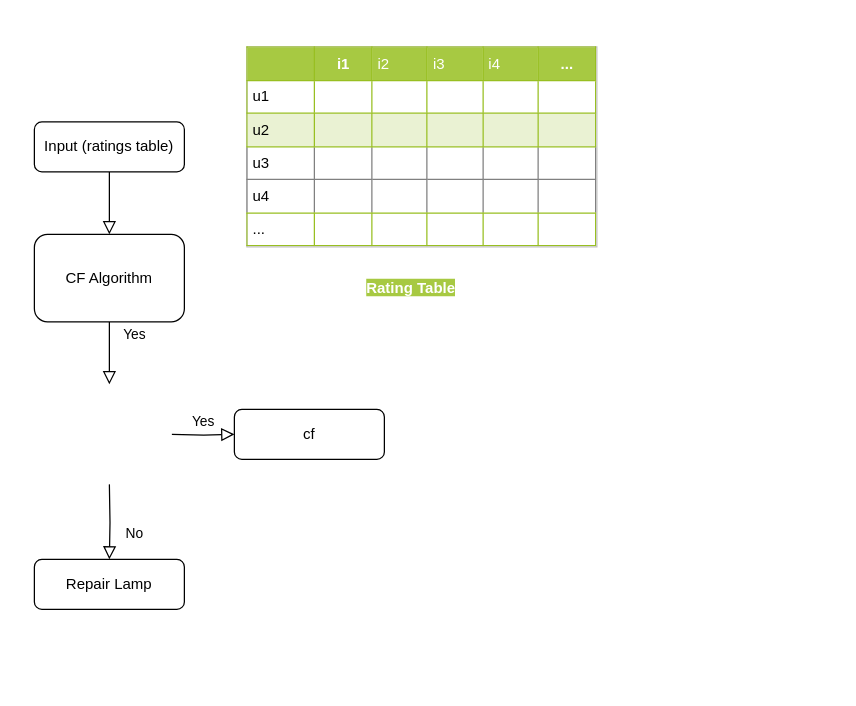
iamlivehaha/Artificial-Life keeps this draw.io diagram as Item-based CF algorithm.drawio. Above is the earlier version. Source tidied: cells renumbered, new cells numbered last; positions are measured from the earlier drawing's top-left corner, leaving out a move shared by most shapes. Both pictures are drawn from the tidied source at 125%, with x=0, y=0 at pixel (34, 46).
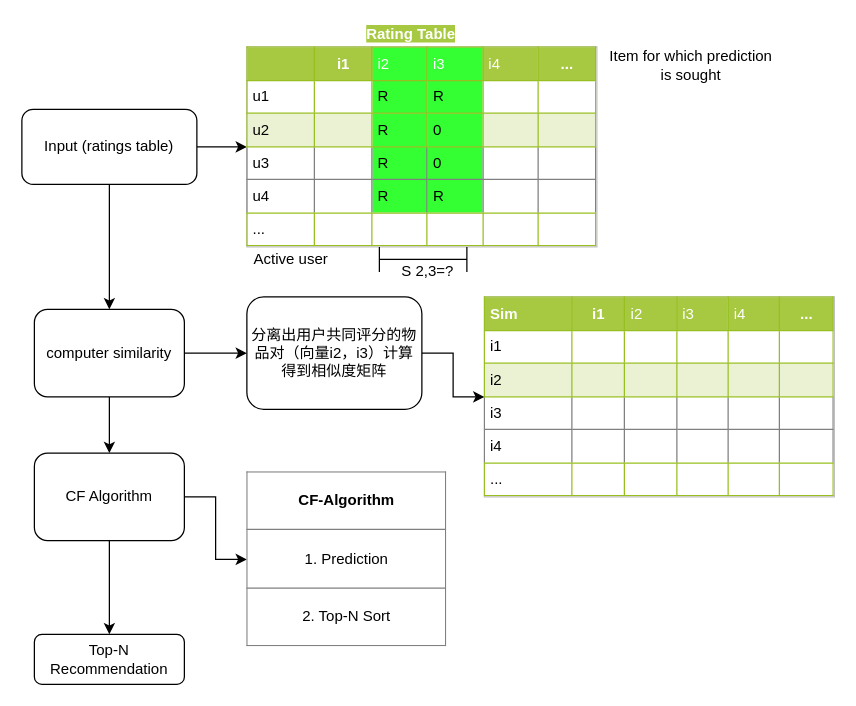
After the change.

The edit, as a diff of the source:
```diff
@@
-    <mxCell id="2" style="rounded=0;html=1;jettySize=auto;fontSize=11;endArrow=block;endFill=0;endSize=8;strokeWidth=1;shadow=0;labelBackgroundColor=none;edgeStyle=orthogonalEdgeStyle;" parent="1" edge="1" source="3">
-      <mxGeometry relative="1" as="geometry">
-        <mxPoint x="60" y="150" as="targetPoint" />
-      </mxGeometry>
-    </mxCell>
+    <mxCell id="12" style="edgeStyle=orthogonalEdgeStyle;rounded=0;jettySize=auto;html=1;" parent="1" edge="1" source="3" target="19">
+      <mxGeometry relative="1" as="geometry" />
+    </mxCell>
+    <mxCell id="13" style="edgeStyle=orthogonalEdgeStyle;rounded=0;jettySize=auto;html=1;" parent="1" edge="1" source="3" target="22">
+      <mxGeometry relative="1" as="geometry" />
+    </mxCell>
     <mxCell id="3" value="Input (ratings table)" style="rounded=1;whiteSpace=wrap;html=1;fontSize=12;glass=0;strokeWidth=1;shadow=0;" parent="1" vertex="1">
-      <mxGeometry y="60" width="120" height="40" as="geometry" />
+      <mxGeometry x="-10" y="50" width="140" height="60" as="geometry" />
     </mxCell>
-    <mxCell id="4" value="Yes" style="rounded=0;html=1;jettySize=auto;orthogonalLoop=1;fontSize=11;endArrow=block;endFill=0;endSize=8;strokeWidth=1;shadow=0;labelBackgroundColor=none;edgeStyle=orthogonalEdgeStyle;exitX=0.5;exitY=1;exitDx=0;exitDy=0;" parent="1" edge="1">
-      <mxGeometry y="20" relative="1" as="geometry">
-        <mxPoint x="60" y="190" as="sourcePoint" />
-        <mxPoint x="60" y="270" as="targetPoint" />
-      </mxGeometry>
-    </mxCell>
-    <mxCell id="5" value="No" style="rounded=0;html=1;jettySize=auto;fontSize=11;endArrow=block;endFill=0;endSize=8;strokeWidth=1;shadow=0;labelBackgroundColor=none;edgeStyle=orthogonalEdgeStyle;" parent="1" edge="1" target="7">
-      <mxGeometry x="0.33" y="20" relative="1" as="geometry">
-        <mxPoint x="60" y="350" as="sourcePoint" />
-      </mxGeometry>
-    </mxCell>
-    <mxCell id="6" value="Yes" style="edgeStyle=orthogonalEdgeStyle;rounded=0;html=1;jettySize=auto;fontSize=11;endArrow=block;endFill=0;endSize=8;strokeWidth=1;shadow=0;labelBackgroundColor=none;" parent="1" edge="1" target="8">
-      <mxGeometry y="10" relative="1" as="geometry">
-        <mxPoint x="110" y="310" as="sourcePoint" />
-      </mxGeometry>
-    </mxCell>
-    <mxCell id="7" value="Repair Lamp" style="rounded=1;whiteSpace=wrap;html=1;fontSize=12;glass=0;strokeWidth=1;shadow=0;" parent="1" vertex="1">
-      <mxGeometry y="410" width="120" height="40" as="geometry" />
+    <mxCell id="7" value="Top-N Recommendation" style="rounded=1;whiteSpace=wrap;html=1;fontSize=12;glass=0;strokeWidth=1;shadow=0;" parent="1" vertex="1">
+      <mxGeometry y="470" width="120" height="40" as="geometry" />
     </mxCell>
-    <mxCell id="8" value="cf" style="rounded=1;whiteSpace=wrap;html=1;fontSize=12;glass=0;strokeWidth=1;shadow=0;" parent="1" vertex="1">
-      <mxGeometry x="160" y="290" width="120" height="40" as="geometry" />
-    </mxCell>
-    <mxCell id="9" value="CF Algorithm" style="rounded=1;whiteSpace=wrap;html=1;fontSize=12;glass=0;strokeWidth=1;shadow=0;" parent="1" vertex="1">
-      <mxGeometry y="150" width="120" height="70" as="geometry" />
-    </mxCell>
-    <mxCell id="10" value="&lt;table border=&quot;1&quot; width=&quot;100%&quot; cellpadding=&quot;4&quot; style=&quot;width: 100% ; height: 100% ; border-collapse: collapse&quot;&gt;&lt;tbody&gt;&lt;tr style=&quot;background-color: #a7c942 ; color: #ffffff ; border: 1px solid #98bf21&quot;&gt;&lt;th align=&quot;left&quot;&gt;&lt;br&gt;&lt;/th&gt;&lt;th style=&quot;text-align: center&quot;&gt;i1&lt;/th&gt;&lt;td&gt;i2&lt;/td&gt;&lt;td&gt;i3&lt;/td&gt;&lt;td&gt;i4&lt;/td&gt;&lt;th style=&quot;text-align: center&quot;&gt;...&lt;/th&gt;&lt;/tr&gt;&lt;tr style=&quot;border: 1px solid #98bf21&quot;&gt;&lt;td&gt;u1&lt;/td&gt;&lt;td&gt;&lt;/td&gt;&lt;td&gt;&lt;br&gt;&lt;/td&gt;&lt;td&gt;&lt;br&gt;&lt;/td&gt;&lt;td&gt;&lt;/td&gt;&lt;td&gt;&lt;/td&gt;&lt;/tr&gt;&lt;tr style=&quot;background-color: #eaf2d3 ; border: 1px solid #98bf21&quot;&gt;&lt;td&gt;u2&lt;/td&gt;&lt;td&gt;&lt;br&gt;&lt;/td&gt;&lt;td&gt;&lt;br&gt;&lt;/td&gt;&lt;td&gt;&lt;br&gt;&lt;/td&gt;&lt;td&gt;&lt;br&gt;&lt;/td&gt;&lt;td&gt;&lt;/td&gt;&lt;/tr&gt;&lt;tr&gt;&lt;td&gt;u3&lt;/td&gt;&lt;td&gt;&lt;br&gt;&lt;/td&gt;&lt;td&gt;&lt;br&gt;&lt;/td&gt;&lt;td&gt;&lt;br&gt;&lt;/td&gt;&lt;td&gt;&lt;br&gt;&lt;/td&gt;&lt;td&gt;&lt;br&gt;&lt;/td&gt;&lt;/tr&gt;&lt;tr&gt;&lt;td&gt;u4&lt;/td&gt;&lt;td&gt;&lt;br&gt;&lt;/td&gt;&lt;td&gt;&lt;br&gt;&lt;/td&gt;&lt;td&gt;&lt;br&gt;&lt;/td&gt;&lt;td&gt;&lt;br&gt;&lt;/td&gt;&lt;td&gt;&lt;br&gt;&lt;/td&gt;&lt;/tr&gt;&lt;tr style=&quot;border: 1px solid #98bf21&quot;&gt;&lt;td&gt;...&lt;/td&gt;&lt;td&gt;&lt;br&gt;&lt;/td&gt;&lt;td&gt;&lt;br&gt;&lt;/td&gt;&lt;td&gt;&lt;br&gt;&lt;/td&gt;&lt;td&gt;&lt;br&gt;&lt;/td&gt;&lt;td&gt;&lt;/td&gt;&lt;/tr&gt;&lt;/tbody&gt;&lt;/table&gt;" style="text;html=1;strokeColor=#c0c0c0;fillColor=#ffffff;overflow=fill;rounded=0;" parent="1" vertex="1">
-      <mxGeometry x="170" width="280" height="160" as="geometry" />
+    <mxCell id="10" value="&lt;table border=&quot;1&quot; width=&quot;100%&quot; cellpadding=&quot;4&quot; style=&quot;width: 100% ; height: 100% ; border-collapse: collapse&quot;&gt;&lt;tbody&gt;&lt;tr style=&quot;background-color: #a7c942 ; color: #ffffff ; border: 1px solid #98bf21&quot;&gt;&lt;th align=&quot;left&quot;&gt;Sim&lt;/th&gt;&lt;th style=&quot;text-align: center&quot;&gt;i1&lt;/th&gt;&lt;td&gt;i2&lt;/td&gt;&lt;td&gt;i3&lt;/td&gt;&lt;td&gt;i4&lt;/td&gt;&lt;th style=&quot;text-align: center&quot;&gt;...&lt;/th&gt;&lt;/tr&gt;&lt;tr style=&quot;border: 1px solid #98bf21&quot;&gt;&lt;td&gt;i1&lt;/td&gt;&lt;td&gt;&lt;/td&gt;&lt;td&gt;&lt;br&gt;&lt;/td&gt;&lt;td&gt;&lt;br&gt;&lt;/td&gt;&lt;td&gt;&lt;/td&gt;&lt;td&gt;&lt;/td&gt;&lt;/tr&gt;&lt;tr style=&quot;background-color: #eaf2d3 ; border: 1px solid #98bf21&quot;&gt;&lt;td&gt;i2&lt;/td&gt;&lt;td&gt;&lt;br&gt;&lt;/td&gt;&lt;td&gt;&lt;br&gt;&lt;/td&gt;&lt;td&gt;&lt;br&gt;&lt;/td&gt;&lt;td&gt;&lt;br&gt;&lt;/td&gt;&lt;td&gt;&lt;/td&gt;&lt;/tr&gt;&lt;tr&gt;&lt;td&gt;i3&lt;/td&gt;&lt;td&gt;&lt;br&gt;&lt;/td&gt;&lt;td&gt;&lt;br&gt;&lt;/td&gt;&lt;td&gt;&lt;br&gt;&lt;/td&gt;&lt;td&gt;&lt;br&gt;&lt;/td&gt;&lt;td&gt;&lt;br&gt;&lt;/td&gt;&lt;/tr&gt;&lt;tr&gt;&lt;td&gt;i4&lt;/td&gt;&lt;td&gt;&lt;br&gt;&lt;/td&gt;&lt;td&gt;&lt;br&gt;&lt;/td&gt;&lt;td&gt;&lt;br&gt;&lt;/td&gt;&lt;td&gt;&lt;br&gt;&lt;/td&gt;&lt;td&gt;&lt;br&gt;&lt;/td&gt;&lt;/tr&gt;&lt;tr style=&quot;border: 1px solid #98bf21&quot;&gt;&lt;td&gt;...&lt;/td&gt;&lt;td&gt;&lt;br&gt;&lt;/td&gt;&lt;td&gt;&lt;br&gt;&lt;/td&gt;&lt;td&gt;&lt;br&gt;&lt;/td&gt;&lt;td&gt;&lt;br&gt;&lt;/td&gt;&lt;td&gt;&lt;/td&gt;&lt;/tr&gt;&lt;/tbody&gt;&lt;/table&gt;" style="text;html=1;strokeColor=#c0c0c0;fillColor=#ffffff;overflow=fill;rounded=0;" parent="1" vertex="1">
+      <mxGeometry x="360" y="200" width="280" height="160" as="geometry" />
     </mxCell>
     <mxCell id="11" value="&lt;span style=&quot;color: rgb(255 , 255 , 255) ; font-weight: 700 ; text-align: -webkit-left ; background-color: rgb(167 , 201 , 66)&quot;&gt;Rating Table&lt;/span&gt;" style="text;html=1;align=center;verticalAlign=middle;" parent="1" vertex="1">
-      <mxGeometry x="256" y="183" width="90" height="20" as="geometry" />
+      <mxGeometry x="256" y="-20" width="90" height="20" as="geometry" />
     </mxCell>
+    <mxCell id="14" style="edgeStyle=orthogonalEdgeStyle;rounded=0;jettySize=auto;html=1;" parent="1" edge="1" source="9" target="16">
+      <mxGeometry relative="1" as="geometry" />
+    </mxCell>
+    <mxCell id="15" style="edgeStyle=orthogonalEdgeStyle;rounded=0;jettySize=auto;html=1;" parent="1" edge="1" source="9" target="7">
+      <mxGeometry relative="1" as="geometry" />
+    </mxCell>
+    <mxCell id="9" value="CF Algorithm" style="rounded=1;whiteSpace=wrap;html=1;fontSize=12;glass=0;strokeWidth=1;shadow=0;" parent="1" vertex="1">
+      <mxGeometry y="325" width="120" height="70" as="geometry" />
+    </mxCell>
+    <mxCell id="16" value="&lt;table border=&quot;1&quot; width=&quot;100%&quot; cellpadding=&quot;4&quot; style=&quot;width: 100% ; height: 100% ; border-collapse: collapse&quot;&gt;&lt;tbody&gt;&lt;tr&gt;&lt;th align=&quot;center&quot;&gt;CF-Algorithm&lt;br&gt;&lt;/th&gt;&lt;/tr&gt;&lt;tr&gt;&lt;td align=&quot;center&quot;&gt;1. Prediction&lt;br&gt;&lt;/td&gt;&lt;/tr&gt;&lt;tr&gt;&lt;td align=&quot;center&quot;&gt;2. Top-N Sort&lt;br&gt;&lt;/td&gt;&lt;/tr&gt;&lt;/tbody&gt;&lt;/table&gt;" style="text;html=1;strokeColor=none;fillColor=none;overflow=fill;" parent="1" vertex="1">
+      <mxGeometry x="170" y="340" width="160" height="140" as="geometry" />
+    </mxCell>
+    <mxCell id="17" style="edgeStyle=orthogonalEdgeStyle;rounded=0;jettySize=auto;html=1;" parent="1" edge="1" source="19" target="21">
+      <mxGeometry relative="1" as="geometry" />
+    </mxCell>
+    <mxCell id="18" style="edgeStyle=orthogonalEdgeStyle;rounded=0;jettySize=auto;html=1;" parent="1" edge="1" source="19" target="9">
+      <mxGeometry relative="1" as="geometry" />
+    </mxCell>
+    <mxCell id="19" value="computer similarity" style="rounded=1;whiteSpace=wrap;html=1;fontSize=12;glass=0;strokeWidth=1;shadow=0;" parent="1" vertex="1">
+      <mxGeometry y="210" width="120" height="70" as="geometry" />
+    </mxCell>
+    <mxCell id="20" style="edgeStyle=orthogonalEdgeStyle;rounded=0;jettySize=auto;html=1;" parent="1" edge="1" source="21" target="10">
+      <mxGeometry relative="1" as="geometry" />
+    </mxCell>
+    <mxCell id="21" value="分离出用户共同评分的物品对（向量i2，i3）计算得到相似度矩阵" style="rounded=1;whiteSpace=wrap;html=1;fontSize=12;glass=0;strokeWidth=1;shadow=0;" parent="1" vertex="1">
+      <mxGeometry x="170" y="200" width="140" height="90" as="geometry" />
+    </mxCell>
+    <mxCell id="22" value="&lt;table border=&quot;1&quot; width=&quot;100%&quot; cellpadding=&quot;4&quot; style=&quot;width: 100% ; height: 100% ; border-collapse: collapse&quot;&gt;&lt;tbody&gt;&lt;tr style=&quot;background-color: #a7c942 ; color: #ffffff ; border: 1px solid #98bf21&quot;&gt;&lt;th align=&quot;left&quot;&gt;&lt;br&gt;&lt;/th&gt;&lt;th style=&quot;text-align: center&quot;&gt;i1&lt;/th&gt;&lt;td style=&quot;background-color: rgb(51 , 255 , 51)&quot;&gt;i2&lt;/td&gt;&lt;td style=&quot;background-color: rgb(51 , 255 , 51)&quot;&gt;i3&lt;/td&gt;&lt;td&gt;i4&lt;/td&gt;&lt;th style=&quot;text-align: center&quot;&gt;...&lt;/th&gt;&lt;/tr&gt;&lt;tr style=&quot;border: 1px solid #98bf21&quot;&gt;&lt;td&gt;u1&lt;/td&gt;&lt;td&gt;&lt;/td&gt;&lt;td style=&quot;background-color: rgb(51 , 255 , 51)&quot;&gt;R&lt;/td&gt;&lt;td style=&quot;background-color: rgb(51 , 255 , 51)&quot;&gt;R&lt;/td&gt;&lt;td&gt;&lt;/td&gt;&lt;td&gt;&lt;/td&gt;&lt;/tr&gt;&lt;tr style=&quot;background-color: #eaf2d3 ; border: 1px solid #98bf21&quot;&gt;&lt;td&gt;u2&lt;/td&gt;&lt;td&gt;&lt;br&gt;&lt;/td&gt;&lt;td style=&quot;background-color: rgb(51 , 255 , 51)&quot;&gt;R&lt;/td&gt;&lt;td style=&quot;background-color: rgb(51 , 255 , 51)&quot;&gt;0&lt;/td&gt;&lt;td&gt;&lt;br&gt;&lt;/td&gt;&lt;td&gt;&lt;/td&gt;&lt;/tr&gt;&lt;tr&gt;&lt;td&gt;u3&lt;/td&gt;&lt;td&gt;&lt;br&gt;&lt;/td&gt;&lt;td style=&quot;background-color: rgb(51 , 255 , 51)&quot;&gt;R&lt;/td&gt;&lt;td style=&quot;background-color: rgb(51 , 255 , 51)&quot;&gt;0&lt;/td&gt;&lt;td&gt;&lt;br&gt;&lt;/td&gt;&lt;td&gt;&lt;br&gt;&lt;/td&gt;&lt;/tr&gt;&lt;tr&gt;&lt;td&gt;u4&lt;/td&gt;&lt;td&gt;&lt;br&gt;&lt;/td&gt;&lt;td style=&quot;background-color: rgb(51 , 255 , 51)&quot;&gt;R&lt;/td&gt;&lt;td style=&quot;background-color: rgb(51 , 255 , 51)&quot;&gt;R&lt;/td&gt;&lt;td&gt;&lt;br&gt;&lt;/td&gt;&lt;td&gt;&lt;br&gt;&lt;/td&gt;&lt;/tr&gt;&lt;tr style=&quot;border: 1px solid #98bf21&quot;&gt;&lt;td&gt;...&lt;/td&gt;&lt;td&gt;&lt;br&gt;&lt;/td&gt;&lt;td&gt;&lt;br&gt;&lt;/td&gt;&lt;td&gt;&lt;br&gt;&lt;/td&gt;&lt;td&gt;&lt;br&gt;&lt;/td&gt;&lt;td&gt;&lt;/td&gt;&lt;/tr&gt;&lt;/tbody&gt;&lt;/table&gt;" style="text;html=1;strokeColor=#c0c0c0;fillColor=#ffffff;overflow=fill;rounded=0;" parent="1" vertex="1">
+      <mxGeometry x="170" width="280" height="160" as="geometry" />
+    </mxCell>
+    <mxCell id="23" value="Active user" style="text;html=1;align=center;verticalAlign=middle;" parent="1" vertex="1">
+      <mxGeometry x="170" y="160" width="70" height="20" as="geometry" />
+    </mxCell>
+    <mxCell id="24" value="&lt;div&gt;Item for which prediction&lt;/div&gt;&lt;div&gt;is sought&lt;/div&gt;" style="text;html=1;align=center;verticalAlign=middle;" parent="1" vertex="1">
+      <mxGeometry x="450" width="150" height="30" as="geometry" />
+    </mxCell>
+    <mxCell id="25" style="shape=crossbar;whiteSpace=wrap;html=1;rounded=1;" parent="1" vertex="1">
+      <mxGeometry x="276" y="160" width="70" height="20" as="geometry" />
+    </mxCell>
+    <mxCell id="26" value="S 2,3=?&amp;nbsp;" style="text;html=1;align=center;verticalAlign=middle;" parent="1" vertex="1">
+      <mxGeometry x="286" y="170" width="60" height="20" as="geometry" />
+    </mxCell>
```
